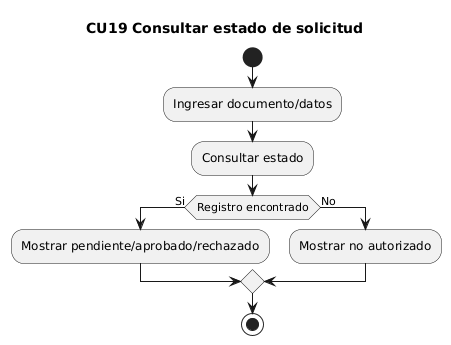
Above: docs/uml/render/actividades_cu/CU19_actividad_consultar_estado_solicitud.png in maranavard/SISTEMA-COMPUTACIONAL-PARA-LA-GESTION-Y-CONTROL-DE-ACCESO-DE-AUTOMOVILES-M-DULO-WEB (PlantUML), before the change.
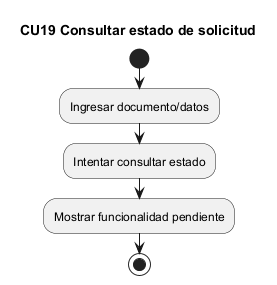
The same file after the commit.

Diff of the diagram source:
```diff
@@ -1,12 +1,8 @@
-@startuml
+@startuml CU19_actividad_consultar_estado_solicitud
 title CU19 Consultar estado de solicitud
 start
 :Ingresar documento/datos;
-:Consultar estado;
-if (Registro encontrado) then (Si)
-  :Mostrar pendiente/aprobado/rechazado;
-else (No)
-  :Mostrar no autorizado;
-endif
+:Intentar consultar estado;
+:Mostrar funcionalidad pendiente;
 stop
 @enduml
```
